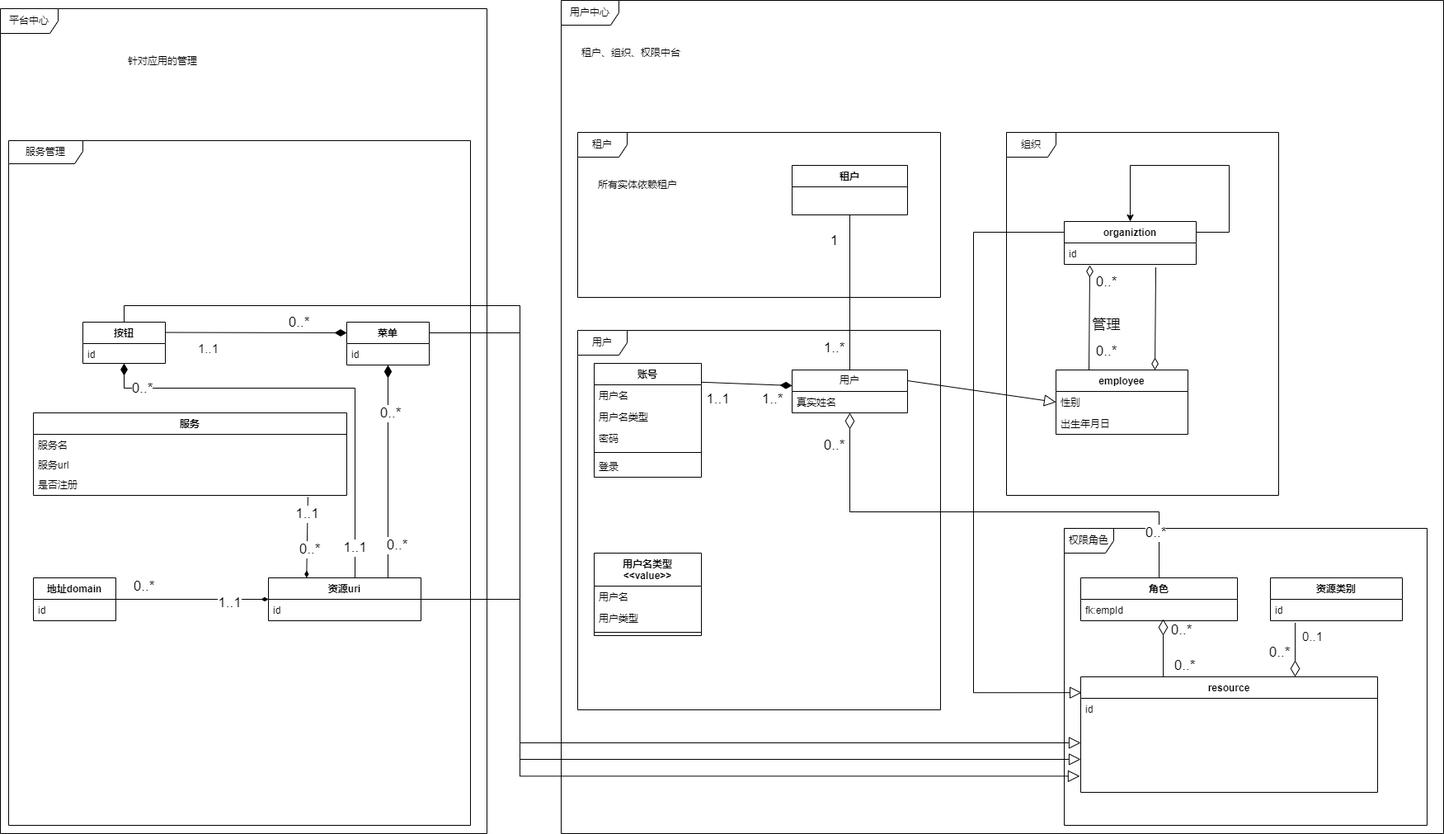
githubli97/ark keeps this draw.io diagram as 模型图.drawio.png. Above is the earlier version. Source tidied: cells renumbered, new cells last; positions are measured from the earlier drawing's top-left corner, leaving out a move shared by most shapes.
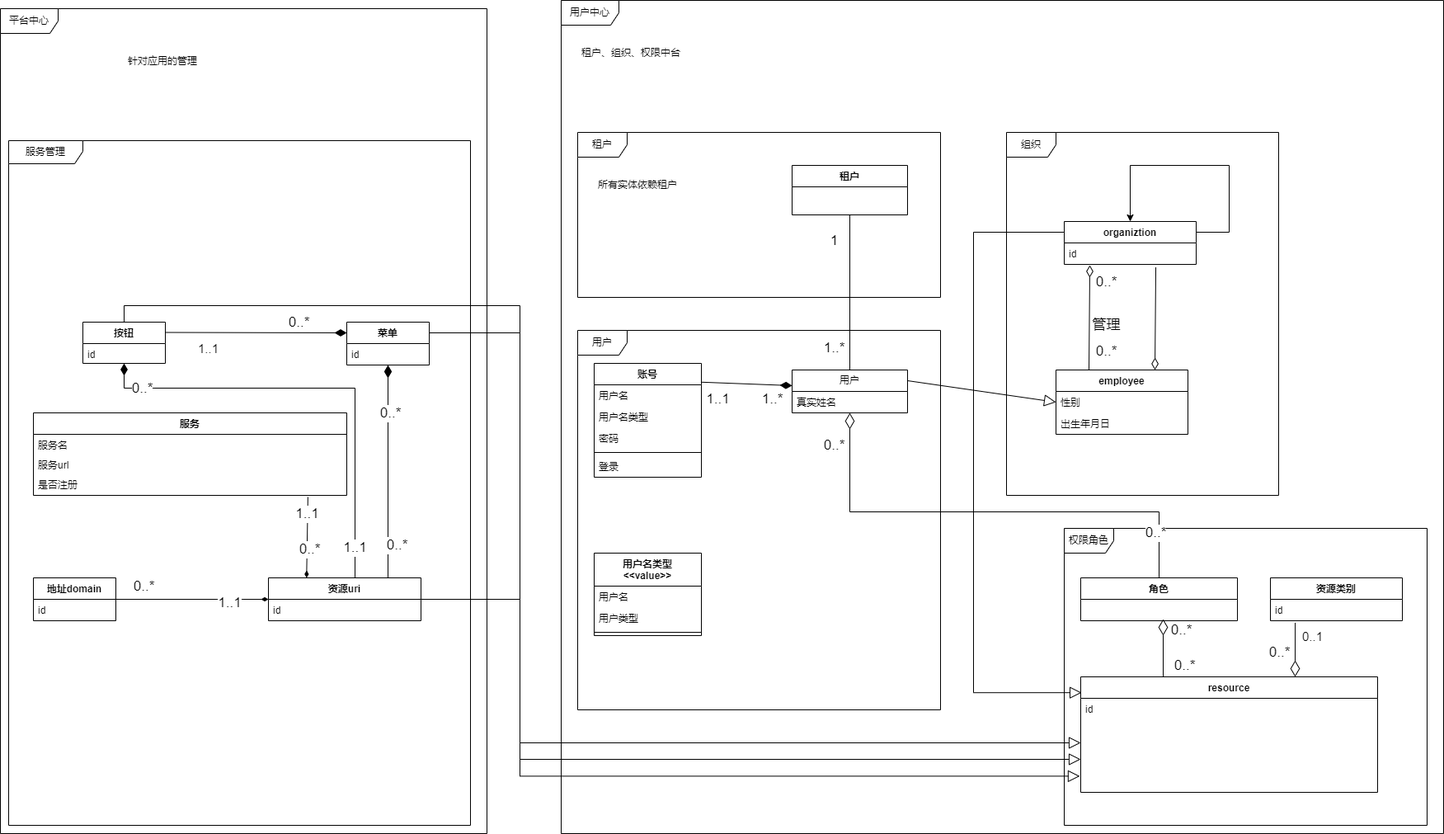
Above is the later version.

Commit message:
更新模型图.drawio.png

What changed in the source:
```diff
@@ -101,9 +101,6 @@
     <mxCell id="27" value="角色" style="swimlane;fontStyle=1;align=center;verticalAlign=top;horizontal=1;startSize=26;whiteSpace=wrap;html=1;" parent="1" vertex="1">
       <mxGeometry x="1310" y="700" width="190" height="52" as="geometry" />
     </mxCell>
-    <mxCell id="28" value="fk:empId" style="text;strokeColor=none;fillColor=none;align=left;verticalAlign=top;spacingLeft=4;spacingRight=4;overflow=hidden;whiteSpace=wrap;html=1;" parent="27" vertex="1">
-      <mxGeometry y="26" width="190" height="26" as="geometry" />
-    </mxCell>
     <mxCell id="29" style="rounded=0;orthogonalLoop=1;jettySize=auto;html=1;endArrow=diamondThin;endFill=0;startSize=17;endSize=17;" parent="1" edge="1">
       <mxGeometry relative="1" as="geometry">
         <mxPoint x="1410" y="820" as="sourcePoint" />
```
